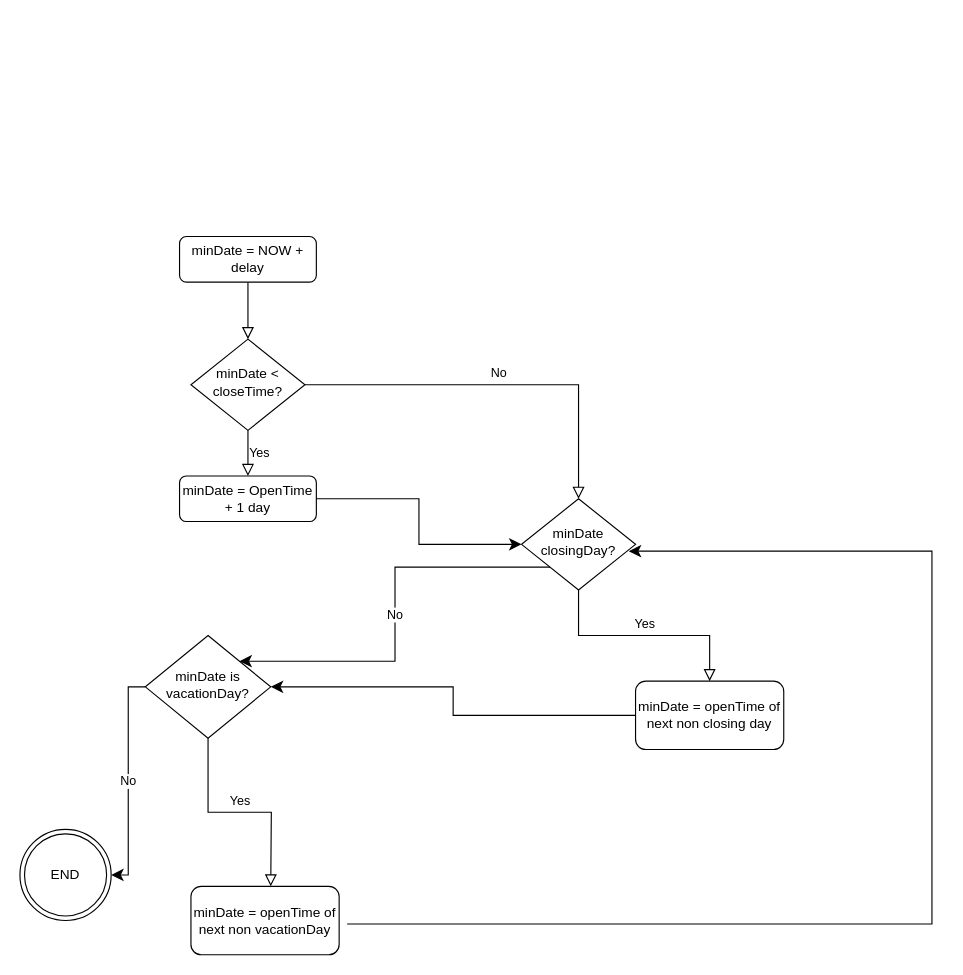
Above: assets/Diagramma senza titolo.drawio in frpanico96/FtbPubManager (draw.io), before the change. Source tidied: cells renumbered, new cells numbered last; positions are measured from the earlier drawing's top-left corner, leaving out a move shared by most shapes. Both pictures are drawn from the tidied source at 114%, with x=0, y=0 at pixel (19, 236).
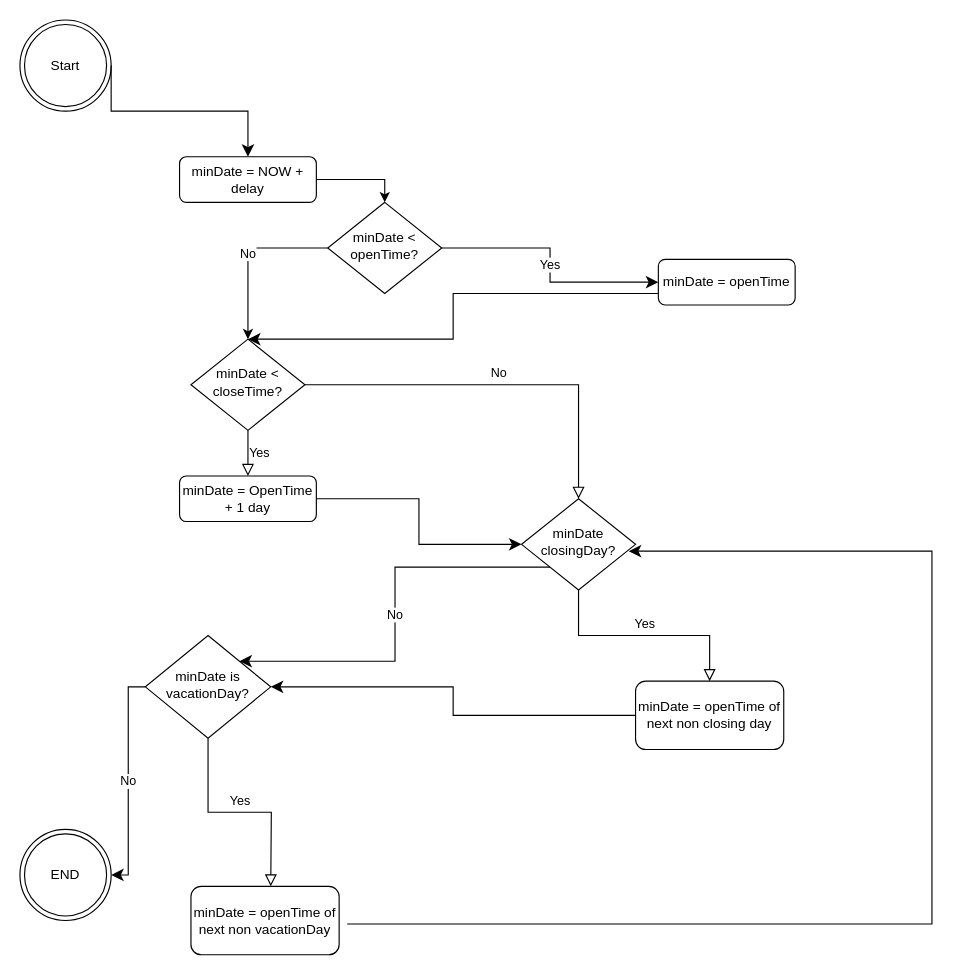
The same page after the edit.

Unchanged cells that the change refers to:
```xml
<mxCell id="5" value="minDate &amp;lt; closeTime?" style="rhombus;whiteSpace=wrap;html=1;shadow=0;fontFamily=Helvetica;fontSize=12;align=center;strokeWidth=1;spacing=6;spacingTop=-4;" parent="1" vertex="1">
  <mxGeometry x="150" y="90" width="100" height="80" as="geometry" />
</mxCell>
```

What changed in the source:
```diff
@@
-    <mxCell id="2" style="rounded=0;html=1;jettySize=auto;fontSize=11;endArrow=block;endFill=0;endSize=8;strokeWidth=1;shadow=0;labelBackgroundColor=none;edgeStyle=orthogonalEdgeStyle;" parent="1" edge="1" source="3" target="5">
-      <mxGeometry relative="1" as="geometry" />
-    </mxCell>
+    <mxCell id="20" style="edgeStyle=orthogonalEdgeStyle;rounded=0;jettySize=auto;html=1;exitX=1;exitY=0.5;exitDx=0;exitDy=0;entryX=0.5;entryY=0;entryDx=0;entryDy=0;" parent="1" edge="1" source="3" target="22">
+      <mxGeometry relative="1" as="geometry" />
+    </mxCell>
     <mxCell id="3" value="minDate = NOW + delay" style="rounded=1;whiteSpace=wrap;html=1;fontSize=12;glass=0;strokeWidth=1;shadow=0;" parent="1" vertex="1">
-      <mxGeometry x="140" width="120" height="40" as="geometry" />
+      <mxGeometry x="140" y="-70" width="120" height="40" as="geometry" />
     </mxCell>
@@
+    <mxCell id="21" value="No" style="edgeStyle=orthogonalEdgeStyle;rounded=0;jettySize=auto;html=1;exitX=0;exitY=0.5;exitDx=0;exitDy=0;" parent="1" edge="1" source="22" target="5">
+      <mxGeometry relative="1" as="geometry" />
+    </mxCell>
+    <mxCell id="22" value="minDate &amp;lt; openTime?" style="rhombus;whiteSpace=wrap;html=1;shadow=0;fontFamily=Helvetica;fontSize=12;align=center;strokeWidth=1;spacing=6;spacingTop=-4;" parent="1" vertex="1">
+      <mxGeometry x="270" y="-30" width="100" height="80" as="geometry" />
+    </mxCell>
+    <mxCell id="23" value="Yes" style="edgeStyle=elbowEdgeStyle;elbow=horizontal;endArrow=classic;html=1;curved=0;rounded=0;endSize=8;startSize=8;exitX=1;exitY=0.5;exitDx=0;exitDy=0;entryX=0;entryY=0.5;entryDx=0;entryDy=0;" parent="1" edge="1" source="22" target="24">
+      <mxGeometry relative="1" as="geometry" />
+    </mxCell>
+    <mxCell id="24" value="minDate = openTime" style="rounded=1;whiteSpace=wrap;html=1;fontSize=12;glass=0;strokeWidth=1;shadow=0;" parent="1" vertex="1">
+      <mxGeometry x="560" y="20" width="120" height="40" as="geometry" />
+    </mxCell>
+    <mxCell id="25" style="edgeStyle=elbowEdgeStyle;elbow=horizontal;endArrow=classic;html=1;curved=0;rounded=0;endSize=8;startSize=8;exitX=0;exitY=0.75;exitDx=0;exitDy=0;entryX=0.5;entryY=0;entryDx=0;entryDy=0;" parent="1" edge="1" source="24" target="5">
+      <mxGeometry relative="1" as="geometry" />
+    </mxCell>
+    <mxCell id="26" value="Start" style="ellipse;shape=doubleEllipse;whiteSpace=wrap;html=1;" parent="1" vertex="1">
+      <mxGeometry y="-190" width="80" height="80" as="geometry" />
+    </mxCell>
+    <mxCell id="27" style="edgeStyle=elbowEdgeStyle;elbow=vertical;endArrow=classic;html=1;curved=0;rounded=0;endSize=8;startSize=8;exitX=1;exitY=0.5;exitDx=0;exitDy=0;" parent="1" edge="1" source="26" target="3">
+      <mxGeometry relative="1" as="geometry" />
+    </mxCell>
```
